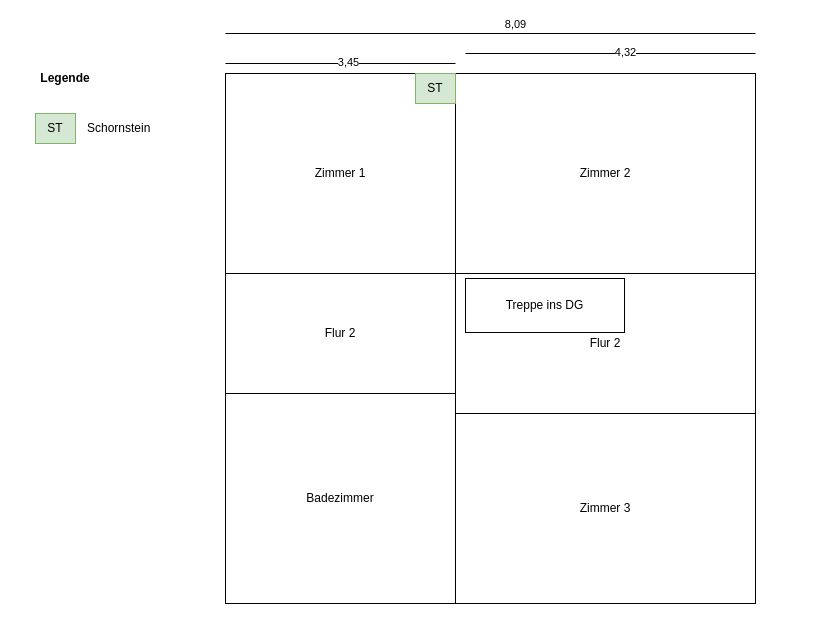
The draw.io diagram Unbenanntes Diagramm.drawio in eddi0815/socket2, before the edit. Source tidied: cells renumbered, new cells numbered last; positions are measured from the earlier drawing's top-left corner, leaving out a move shared by most shapes. Both pictures are drawn from the tidied source at 100%, with x=0, y=0 at pixel (35, 33).
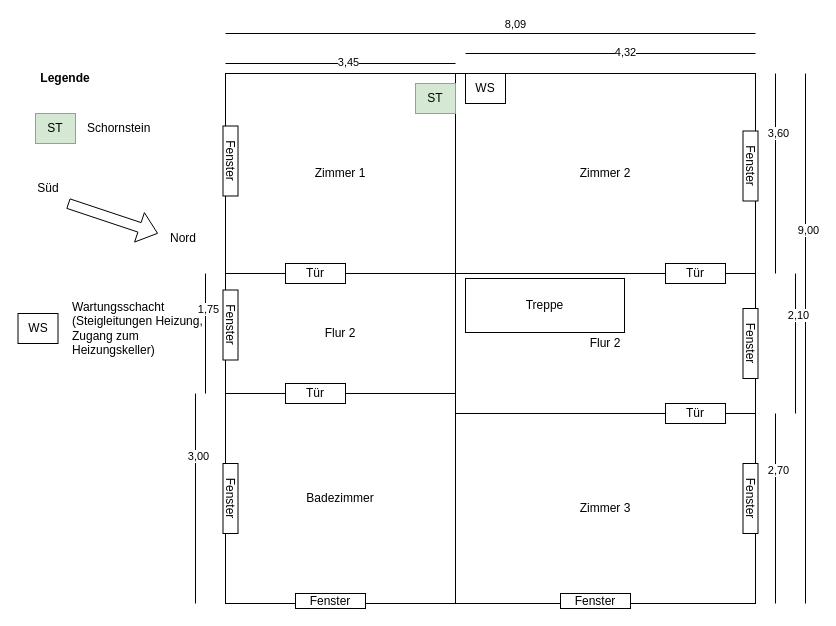
After the change.

Change to the diagram source:
```diff
@@
-    <mxCell id="5" value="Treppe ins DG" style="rounded=0;whiteSpace=wrap;html=1;" parent="1" vertex="1">
+    <mxCell id="5" value="Treppe" style="rounded=0;whiteSpace=wrap;html=1;" parent="1" vertex="1">
       <mxGeometry x="430" y="245" width="159" height="54" as="geometry" />
     </mxCell>
@@
     <mxCell id="17" value="ST" style="rounded=0;whiteSpace=wrap;html=1;fillColor=#d5e8d4;strokeColor=#82b366;" parent="1" vertex="1">
-      <mxGeometry x="380" y="40" width="40" height="30" as="geometry" />
+      <mxGeometry x="380" y="50" width="40" height="30" as="geometry" />
     </mxCell>
@@
+    <mxCell id="21" style="endArrow=none;html=1;rounded=0;" parent="1" edge="1">
+      <mxGeometry relative="1" as="geometry">
+        <mxPoint x="740" y="240" as="sourcePoint" />
+        <mxPoint x="740" y="40" as="targetPoint" />
+      </mxGeometry>
+    </mxCell>
+    <mxCell id="22" value="3,60" style="edgeLabel;html=1;align=center;verticalAlign=middle;" parent="21" vertex="1">
+      <mxGeometry x="0.41" y="-2" relative="1" as="geometry" />
+    </mxCell>
+    <mxCell id="23" style="endArrow=none;html=1;rounded=0;" parent="1" edge="1">
+      <mxGeometry relative="1" as="geometry">
+        <mxPoint x="770" y="570" as="sourcePoint" />
+        <mxPoint x="770" y="40" as="targetPoint" />
+      </mxGeometry>
+    </mxCell>
+    <mxCell id="24" value="9,00" style="edgeLabel;html=1;align=center;verticalAlign=middle;" parent="23" vertex="1">
+      <mxGeometry x="0.41" y="-2" relative="1" as="geometry" />
+    </mxCell>
+    <mxCell id="25" style="endArrow=none;html=1;rounded=0;" parent="1" edge="1">
+      <mxGeometry relative="1" as="geometry">
+        <mxPoint x="740" y="570" as="sourcePoint" />
+        <mxPoint x="740" y="380" as="targetPoint" />
+      </mxGeometry>
+    </mxCell>
+    <mxCell id="26" value="2,70" style="edgeLabel;html=1;align=center;verticalAlign=middle;" parent="25" vertex="1">
+      <mxGeometry x="0.41" y="-2" relative="1" as="geometry" />
+    </mxCell>
+    <mxCell id="27" style="endArrow=none;html=1;rounded=0;" parent="1" edge="1">
+      <mxGeometry relative="1" as="geometry">
+        <mxPoint x="760" y="380" as="sourcePoint" />
+        <mxPoint x="760" y="240" as="targetPoint" />
+      </mxGeometry>
+    </mxCell>
+    <mxCell id="28" value="2,10" style="edgeLabel;html=1;align=center;verticalAlign=middle;" parent="27" vertex="1">
+      <mxGeometry x="0.41" y="-2" relative="1" as="geometry" />
+    </mxCell>
+    <mxCell id="29" style="endArrow=none;html=1;rounded=0;" parent="1" edge="1">
+      <mxGeometry relative="1" as="geometry">
+        <mxPoint x="160" y="570" as="sourcePoint" />
+        <mxPoint x="160" y="360" as="targetPoint" />
+      </mxGeometry>
+    </mxCell>
+    <mxCell id="30" value="3,00" style="edgeLabel;html=1;align=center;verticalAlign=middle;" parent="29" vertex="1">
+      <mxGeometry x="0.41" y="-2" relative="1" as="geometry" />
+    </mxCell>
+    <mxCell id="31" style="endArrow=none;html=1;rounded=0;" parent="1" edge="1">
+      <mxGeometry relative="1" as="geometry">
+        <mxPoint x="170" y="360" as="sourcePoint" />
+        <mxPoint x="170" y="240" as="targetPoint" />
+      </mxGeometry>
+    </mxCell>
+    <mxCell id="32" value="&lt;div&gt;1,75&lt;/div&gt;" style="edgeLabel;html=1;align=center;verticalAlign=middle;" parent="31" vertex="1">
+      <mxGeometry x="0.41" y="-2" relative="1" as="geometry" />
+    </mxCell>
+    <mxCell id="33" value="WS" style="rounded=0;whiteSpace=wrap;html=1;" parent="1" vertex="1">
+      <mxGeometry x="430" y="40" width="40" height="30" as="geometry" />
+    </mxCell>
+    <mxCell id="34" style="shape=flexArrow;endArrow=classic;html=1;rounded=0;" parent="1" edge="1">
+      <mxGeometry relative="1" as="geometry">
+        <mxPoint x="32.5" y="170" as="sourcePoint" />
+        <mxPoint x="122.5" y="200" as="targetPoint" />
+      </mxGeometry>
+    </mxCell>
+    <mxCell id="35" value="Süd" style="text;html=1;align=center;verticalAlign=middle;whiteSpace=wrap;rounded=0;" parent="1" vertex="1">
+      <mxGeometry x="-17.5" y="140" width="60" height="30" as="geometry" />
+    </mxCell>
+    <mxCell id="36" value="Nord" style="text;html=1;align=center;verticalAlign=middle;whiteSpace=wrap;rounded=0;" parent="1" vertex="1">
+      <mxGeometry x="117.5" y="190" width="60" height="30" as="geometry" />
+    </mxCell>
+    <mxCell id="37" value="Fenster" style="rounded=0;whiteSpace=wrap;html=1;rotation=90;" parent="1" vertex="1">
+      <mxGeometry x="680" y="125" width="70" height="15" as="geometry" />
+    </mxCell>
+    <mxCell id="38" value="Fenster" style="rounded=0;whiteSpace=wrap;html=1;rotation=90;" parent="1" vertex="1">
+      <mxGeometry x="680" y="457.5" width="70" height="15" as="geometry" />
+    </mxCell>
+    <mxCell id="39" value="Fenster" style="rounded=0;whiteSpace=wrap;html=1;rotation=90;" parent="1" vertex="1">
+      <mxGeometry x="160" y="120" width="70" height="15" as="geometry" />
+    </mxCell>
+    <mxCell id="40" value="Fenster" style="rounded=0;whiteSpace=wrap;html=1;rotation=90;" parent="1" vertex="1">
+      <mxGeometry x="160" y="457.5" width="70" height="15" as="geometry" />
+    </mxCell>
+    <mxCell id="41" value="Fenster" style="rounded=0;whiteSpace=wrap;html=1;" parent="1" vertex="1">
+      <mxGeometry x="525" y="560" width="70" height="15" as="geometry" />
+    </mxCell>
+    <mxCell id="42" value="Fenster" style="rounded=0;whiteSpace=wrap;html=1;" parent="1" vertex="1">
+      <mxGeometry x="260" y="560" width="70" height="15" as="geometry" />
+    </mxCell>
+    <mxCell id="43" value="Tür" style="rounded=0;whiteSpace=wrap;html=1;" parent="1" vertex="1">
+      <mxGeometry x="250" y="230" width="60" height="20" as="geometry" />
+    </mxCell>
+    <mxCell id="44" value="Tür" style="rounded=0;whiteSpace=wrap;html=1;" parent="1" vertex="1">
+      <mxGeometry x="250" y="350" width="60" height="20" as="geometry" />
+    </mxCell>
+    <mxCell id="45" value="Tür" style="rounded=0;whiteSpace=wrap;html=1;" parent="1" vertex="1">
+      <mxGeometry x="630" y="370" width="60" height="20" as="geometry" />
+    </mxCell>
+    <mxCell id="46" value="Tür" style="rounded=0;whiteSpace=wrap;html=1;" parent="1" vertex="1">
+      <mxGeometry x="630" y="230" width="60" height="20" as="geometry" />
+    </mxCell>
+    <mxCell id="47" value="WS" style="rounded=0;whiteSpace=wrap;html=1;" parent="1" vertex="1">
+      <mxGeometry x="-17.5" y="280" width="40" height="30" as="geometry" />
+    </mxCell>
+    <mxCell id="48" value="Wartungsschacht&lt;br&gt;(Steigleitungen Heizung, Zugang zum Heizungskeller)" style="text;html=1;align=left;verticalAlign=middle;whiteSpace=wrap;rounded=0;" parent="1" vertex="1">
+      <mxGeometry x="34.5" y="280" width="140" height="30" as="geometry" />
+    </mxCell>
+    <mxCell id="49" value="Fenster" style="rounded=0;whiteSpace=wrap;html=1;rotation=90;" parent="1" vertex="1">
+      <mxGeometry x="680" y="302.5" width="70" height="15" as="geometry" />
+    </mxCell>
+    <mxCell id="50" value="Fenster" style="rounded=0;whiteSpace=wrap;html=1;rotation=90;" parent="1" vertex="1">
+      <mxGeometry x="160" y="284" width="70" height="15" as="geometry" />
+    </mxCell>
```
